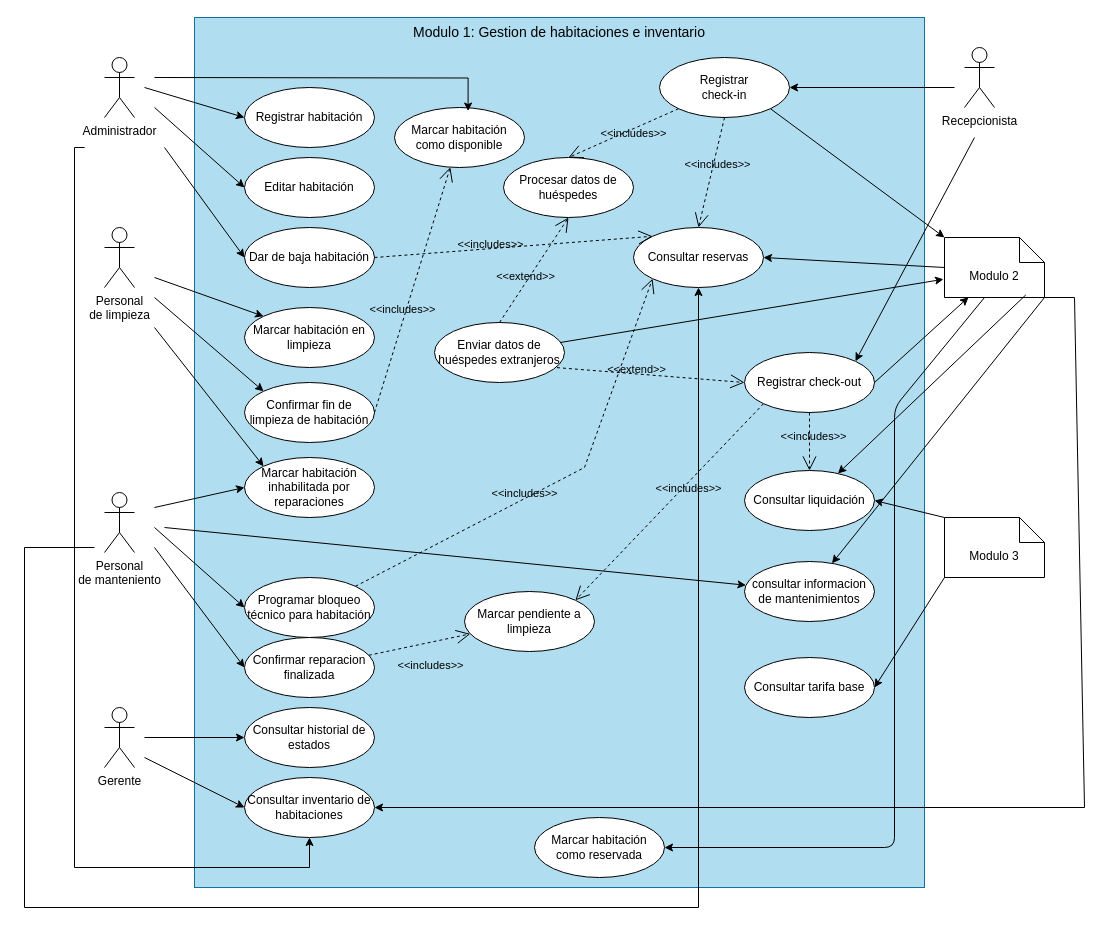
The draw.io diagram documentos/diagramas/cdu-modulo-1-d.drawio in MirianMarriaga/hospitua-module-1, before the edit. Source tidied: cells renumbered, new cells numbered last; positions are measured from the earlier drawing's top-left corner, leaving out a move shared by most shapes. Both pictures are drawn from the tidied source at 100%, with x=0, y=0 at pixel (24, 17).
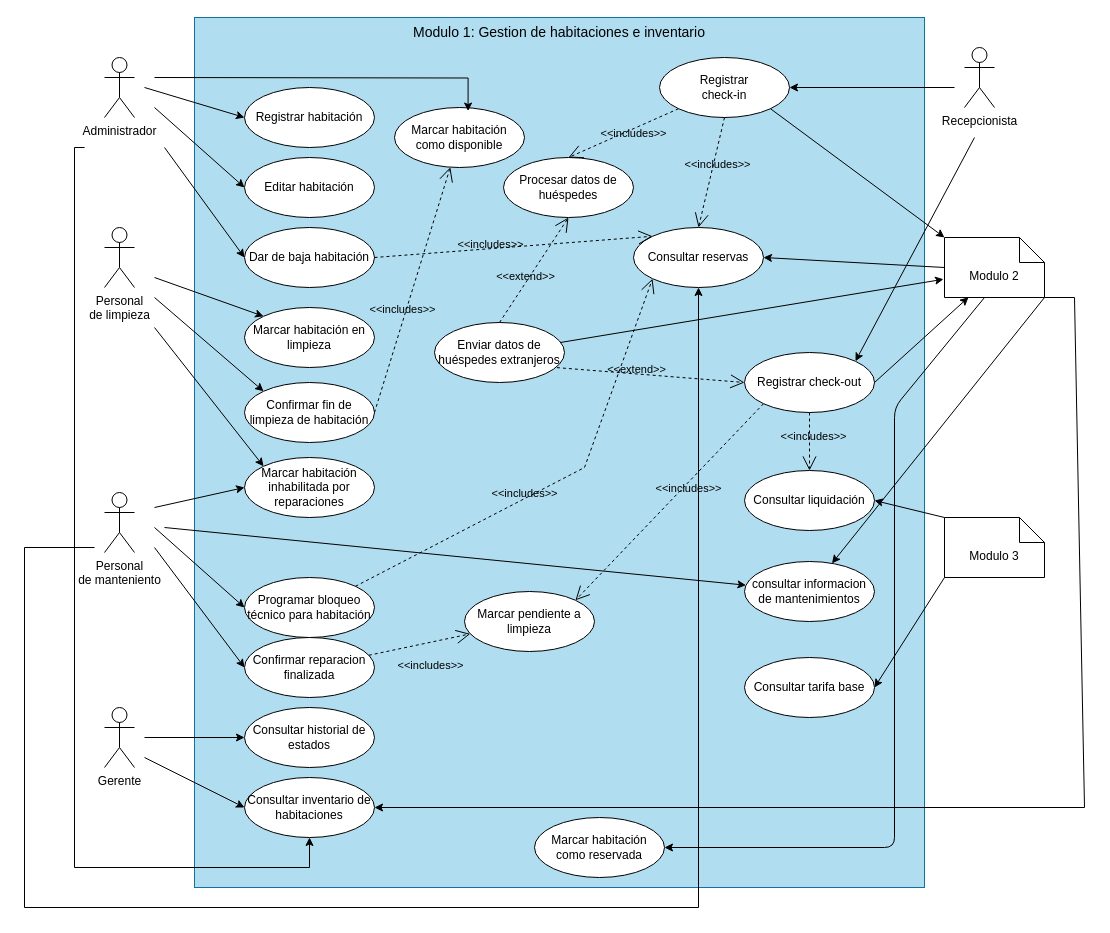
The same page after the edit.

Commit message (it also covers changes not shown here):
docs(diagramas): sincronizar diagramas oficiales de integracion y estados

Unchanged cells that the change refers to:
```xml
<mxCell id="7" value="Modulo 2" style="shape=note2;boundedLbl=1;whiteSpace=wrap;html=1;size=25;verticalAlign=top;align=center;labelBackgroundColor=none;" parent="1" vertex="1">
  <mxGeometry x="920" y="220" width="100" height="60" as="geometry" />
</mxCell>
<mxCell id="68" value="Consultar liquidación" style="ellipse;whiteSpace=wrap;html=1;labelBackgroundColor=none;" parent="1" vertex="1">
  <mxGeometry x="720" y="453" width="130" height="60" as="geometry" />
</mxCell>
```

Diff of the diagram source:
```diff
@@
-    <mxCell id="67" style="endArrow=classic;html=1;rounded=0;endFill=1;exitX=0.813;exitY=0.957;exitDx=0;exitDy=0;exitPerimeter=0;labelBackgroundColor=none;fontColor=default;" parent="1" edge="1" source="7" target="68">
-      <mxGeometry relative="1" as="geometry" />
-    </mxCell>
```
